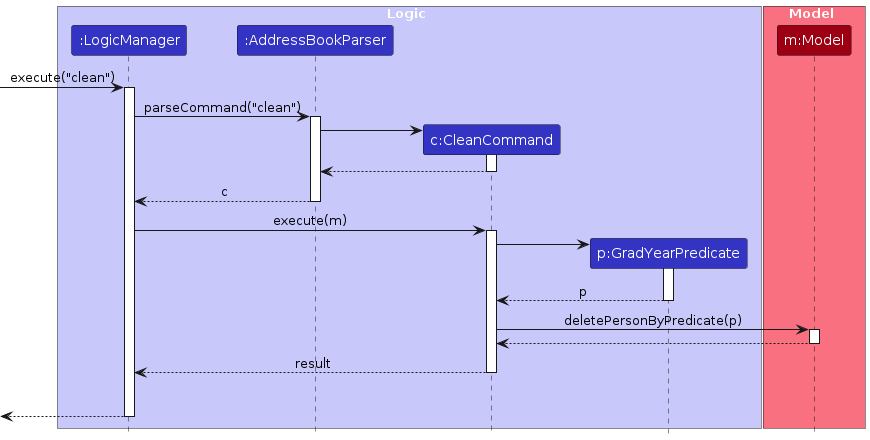
The PlantUML diagram diagrams/CleanSequenceDiagram.png in charlesliyifeng/tp, before a commit. Its source is kept beside it as diagrams/CleanSequenceDiagram.puml.
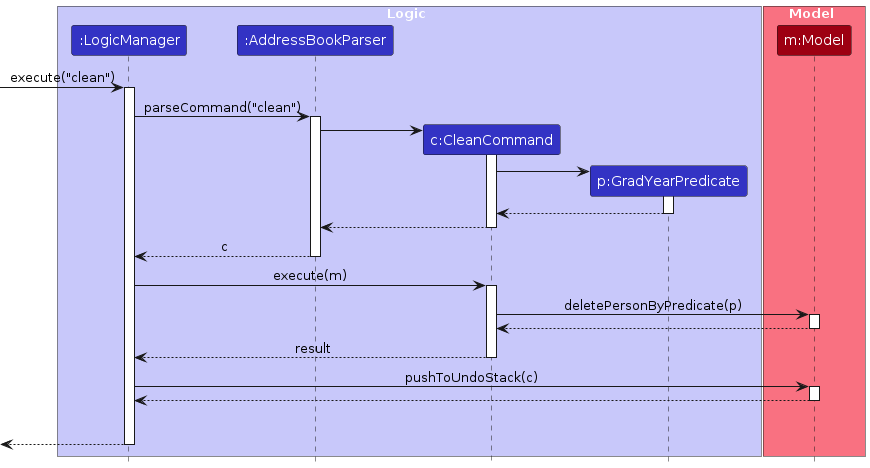
The same file after the commit.

Change to the diagram source:
```diff
@@ -22,6 +22,13 @@
 AddressBookParser -> CleanCommand
 activate CleanCommand
 
+create GradYearPredicate
+CleanCommand -> GradYearPredicate
+activate GradYearPredicate
+
+GradYearPredicate --> CleanCommand
+deactivate GradYearPredicate
+
 CleanCommand --> AddressBookParser
 deactivate CleanCommand
 
@@ -31,13 +38,6 @@
 LogicManager -> CleanCommand : execute(m)
 activate CleanCommand
 
-create GradYearPredicate
-CleanCommand -> GradYearPredicate
-activate GradYearPredicate
-
-GradYearPredicate --> CleanCommand : p
-deactivate GradYearPredicate
-
 CleanCommand -> Model : deletePersonByPredicate(p)
 activate Model
 Model --> CleanCommand
@@ -45,6 +45,13 @@
 
 CleanCommand --> LogicManager : result
 deactivate CleanCommand
+
+LogicManager -> Model: pushToUndoStack(c)
+activate Model
+
+Model --> LogicManager
+deactivate Model
+
 CleanCommand -[hidden]-> LogicManager : result
 
 
```
